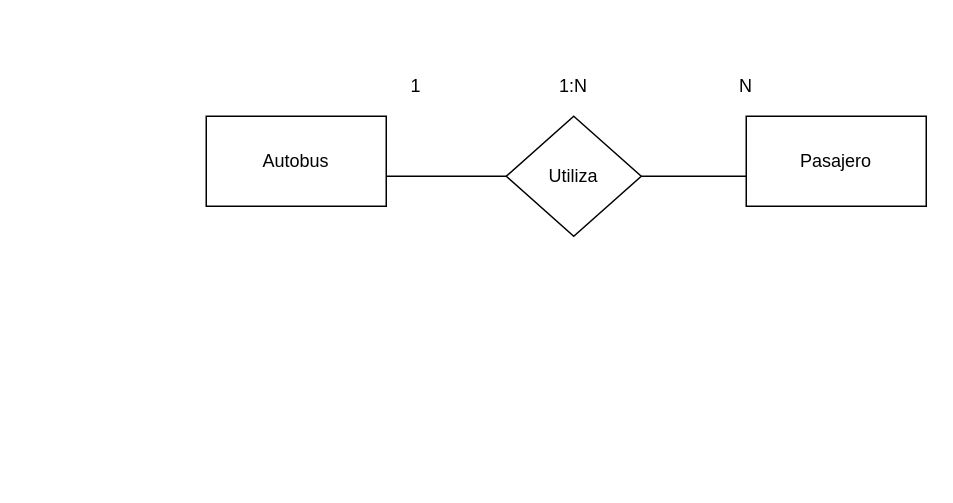
Before: Untitled Diagram.drawio in diegomurillocorrea/DBD, a draw.io diagram. Source tidied: cells renumbered, new cells numbered last; positions are measured from the earlier drawing's top-left corner, leaving out a move shared by most shapes. Both pictures are drawn from the tidied source at 150%, with x=0, y=0 at pixel (206, 70).
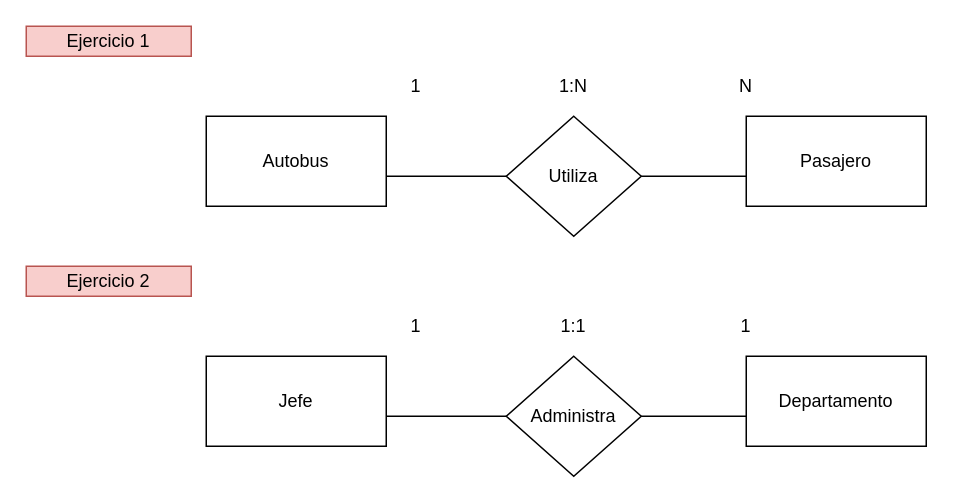
After the change.

Commit message:
Second Exercise

The edit, as a diff of the source:
```diff
@@
+    <mxCell id="10" value="Ejercicio 1" style="text;html=1;strokeColor=#b85450;fillColor=#f8cecc;align=center;verticalAlign=middle;whiteSpace=wrap;rounded=0;" parent="1" vertex="1">
+      <mxGeometry x="-120" y="-30" width="110" height="20" as="geometry" />
+    </mxCell>
+    <mxCell id="11" value="Jefe" style="rounded=0;whiteSpace=wrap;html=1;" parent="1" vertex="1">
+      <mxGeometry y="190" width="120" height="60" as="geometry" />
+    </mxCell>
+    <mxCell id="12" value="Departamento" style="rounded=0;whiteSpace=wrap;html=1;" parent="1" vertex="1">
+      <mxGeometry x="360" y="190" width="120" height="60" as="geometry" />
+    </mxCell>
+    <mxCell id="13" style="edgeStyle=orthogonalEdgeStyle;rounded=0;jettySize=auto;html=1;entryX=0;entryY=0.667;entryDx=0;entryDy=0;entryPerimeter=0;endArrow=none;endFill=0;" parent="1" edge="1" source="14" target="12">
+      <mxGeometry relative="1" as="geometry" />
+    </mxCell>
+    <mxCell id="14" value="Administra" style="rhombus;whiteSpace=wrap;html=1;" parent="1" vertex="1">
+      <mxGeometry x="200" y="190" width="90" height="80" as="geometry" />
+    </mxCell>
+    <mxCell id="15" style="endArrow=none;html=1;entryX=0;entryY=0.5;entryDx=0;entryDy=0;" parent="1" edge="1" target="14">
+      <mxGeometry relative="1" as="geometry">
+        <mxPoint x="120" y="230" as="sourcePoint" />
+      </mxGeometry>
+    </mxCell>
+    <mxCell id="16" value="1" style="text;html=1;strokeColor=none;fillColor=none;align=center;verticalAlign=middle;whiteSpace=wrap;rounded=0;" parent="1" vertex="1">
+      <mxGeometry x="120" y="160" width="40" height="20" as="geometry" />
+    </mxCell>
+    <mxCell id="17" value="1" style="text;html=1;strokeColor=none;fillColor=none;align=center;verticalAlign=middle;whiteSpace=wrap;rounded=0;" parent="1" vertex="1">
+      <mxGeometry x="340" y="160" width="40" height="20" as="geometry" />
+    </mxCell>
+    <mxCell id="18" value="1:1" style="text;html=1;strokeColor=none;fillColor=none;align=center;verticalAlign=middle;whiteSpace=wrap;rounded=0;" parent="1" vertex="1">
+      <mxGeometry x="225" y="160" width="40" height="20" as="geometry" />
+    </mxCell>
+    <mxCell id="19" value="Ejercicio 2" style="text;html=1;strokeColor=#b85450;fillColor=#f8cecc;align=center;verticalAlign=middle;whiteSpace=wrap;rounded=0;" parent="1" vertex="1">
+      <mxGeometry x="-120" y="130" width="110" height="20" as="geometry" />
+    </mxCell>
```
